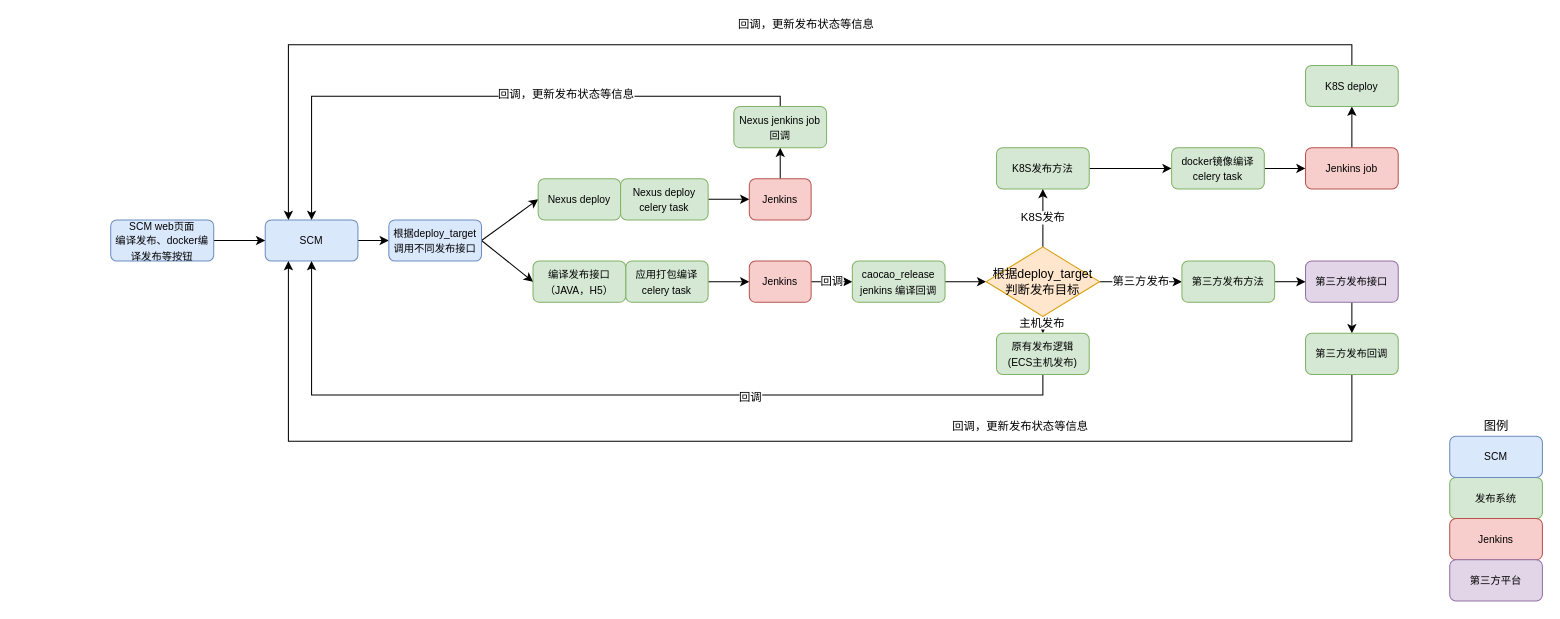
This is 曹操/SCM多发布目标流程设计.drawio from Makecodeeasy/diagrams, a draw.io file, before an edit. Source tidied: cells renumbered, new cells numbered last; positions are measured from the earlier drawing's top-left corner, leaving out a move shared by most shapes. Both pictures are drawn from the tidied source at 103%, with x=0, y=0 at pixel (110, 44).
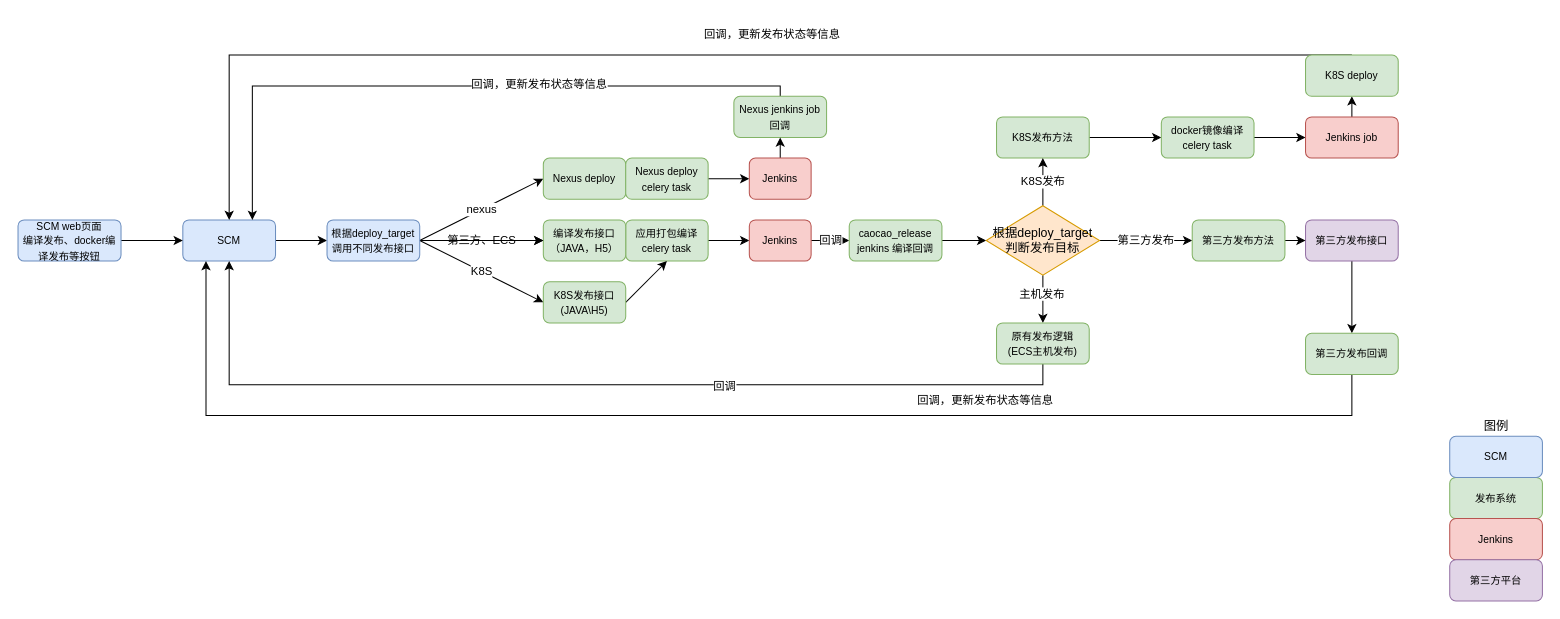
The same page after the edit.

Commit message:
Update SCM多发布目标流程设计.drawio

Unchanged cells that the change refers to:
```xml
<mxCell id="38" value="&lt;span style=&quot;font-size: 10px&quot;&gt;第三方发布回调&lt;br&gt;&lt;/span&gt;" style="rounded=1;whiteSpace=wrap;html=1;fillColor=#d5e8d4;strokeColor=#82b366;" parent="1" vertex="1">
  <mxGeometry x="1160" y="280" width="90" height="40" as="geometry" />
</mxCell>
```

Change to the diagram source:
```diff
@@
     <mxCell id="3" value="&lt;font style=&quot;font-size: 10px&quot;&gt;SCM&lt;br&gt;&lt;/font&gt;" style="rounded=1;whiteSpace=wrap;html=1;fillColor=#dae8fc;strokeColor=#6c8ebf;" parent="1" vertex="1">
-      <mxGeometry x="150" y="170" width="90" height="40" as="geometry" />
+      <mxGeometry x="70" y="170" width="90" height="40" as="geometry" />
     </mxCell>
@@
     <mxCell id="5" value="&lt;span style=&quot;font-size: 10px&quot;&gt;K8S发布方法&lt;br&gt;&lt;/span&gt;" style="rounded=1;whiteSpace=wrap;html=1;fillColor=#d5e8d4;strokeColor=#82b366;" parent="1" vertex="1">
-      <mxGeometry x="860" y="100" width="90" height="40" as="geometry" />
+      <mxGeometry x="860" y="70" width="90" height="40" as="geometry" />
     </mxCell>
@@
     <mxCell id="7" value="&lt;span style=&quot;font-size: 10px&quot;&gt;应用打包编译&lt;br&gt;celery task&lt;/span&gt;" style="rounded=1;whiteSpace=wrap;html=1;fillColor=#d5e8d4;strokeColor=#82b366;" parent="1" vertex="1">
-      <mxGeometry x="500" y="210" width="80" height="40" as="geometry" />
+      <mxGeometry x="500" y="170" width="80" height="40" as="geometry" />
     </mxCell>
@@
     <mxCell id="9" value="&lt;span style=&quot;font-size: 10px&quot;&gt;Jenkins&lt;br&gt;&lt;/span&gt;" style="rounded=1;whiteSpace=wrap;html=1;fillColor=#f8cecc;strokeColor=#b85450;" parent="1" vertex="1">
-      <mxGeometry x="620" y="210" width="60" height="40" as="geometry" />
+      <mxGeometry x="620" y="170" width="60" height="40" as="geometry" />
     </mxCell>
     <mxCell id="10" value="&lt;font style=&quot;font-size: 10px&quot;&gt;编译发布接口（JAVA，H5）&lt;br&gt;&lt;/font&gt;" style="rounded=1;whiteSpace=wrap;html=1;fillColor=#d5e8d4;strokeColor=#82b366;" parent="1" vertex="1">
-      <mxGeometry x="410" y="210" width="90" height="40" as="geometry" />
+      <mxGeometry x="420" y="170" width="80" height="40" as="geometry" />
     </mxCell>
@@
     <mxCell id="12" value="&lt;font style=&quot;font-size: 10px&quot;&gt;caocao_release&lt;br&gt;jenkins 编译回调&lt;br&gt;&lt;/font&gt;" style="rounded=1;whiteSpace=wrap;html=1;fillColor=#d5e8d4;strokeColor=#82b366;" parent="1" vertex="1">
-      <mxGeometry x="720" y="210" width="90" height="40" as="geometry" />
+      <mxGeometry x="717" y="170" width="90" height="40" as="geometry" />
     </mxCell>
@@
-    <mxCell id="17" style="edgeStyle=none;rounded=0;jettySize=auto;html=1;exitX=1;exitY=1;exitDx=0;exitDy=0;" parent="1" edge="1" source="18">
-      <mxGeometry relative="1" as="geometry">
-        <mxPoint x="932.5" y="230" as="targetPoint" />
-      </mxGeometry>
-    </mxCell>
     <mxCell id="18" value="根据deploy_target&lt;br&gt;判断发布目标" style="rhombus;whiteSpace=wrap;html=1;fillColor=#ffe6cc;strokeColor=#d79b00;" parent="1" vertex="1">
-      <mxGeometry x="850" y="196.2" width="110" height="67.5" as="geometry" />
+      <mxGeometry x="850" y="156.2" width="110" height="67.5" as="geometry" />
     </mxCell>
     <mxCell id="19" style="edgeStyle=orthogonalEdgeStyle;rounded=0;jettySize=auto;html=1;exitX=0.5;exitY=1;exitDx=0;exitDy=0;entryX=0.5;entryY=1;entryDx=0;entryDy=0;" parent="1" edge="1" source="21" target="3">
-      <mxGeometry relative="1" as="geometry" />
+      <mxGeometry relative="1" as="geometry">
+        <Array as="points">
+          <mxPoint x="905" y="330" />
+          <mxPoint x="115" y="330" />
+        </Array>
+      </mxGeometry>
     </mxCell>
@@
     <mxCell id="21" value="&lt;font style=&quot;font-size: 10px&quot;&gt;原有发布逻辑&lt;br&gt;(ECS主机发布)&lt;br&gt;&lt;/font&gt;" style="rounded=1;whiteSpace=wrap;html=1;fillColor=#d5e8d4;strokeColor=#82b366;" parent="1" vertex="1">
-      <mxGeometry x="860" y="280" width="90" height="40" as="geometry" />
+      <mxGeometry x="860" y="270" width="90" height="40" as="geometry" />
     </mxCell>
@@
     <mxCell id="23" value="&lt;span style=&quot;font-size: 10px&quot;&gt;第三方发布接口&lt;/span&gt;" style="rounded=1;whiteSpace=wrap;html=1;fillColor=#e1d5e7;strokeColor=#9673a6;" parent="1" vertex="1">
-      <mxGeometry x="1160" y="210" width="90" height="40" as="geometry" />
+      <mxGeometry x="1160" y="170" width="90" height="40" as="geometry" />
     </mxCell>
@@
     <mxCell id="25" value="&lt;font style=&quot;font-size: 10px&quot;&gt;SCM web页面&lt;br&gt;编译发布、docker编译发布等按钮&lt;br&gt;&lt;/font&gt;" style="rounded=1;whiteSpace=wrap;html=1;fillColor=#dae8fc;strokeColor=#6c8ebf;" parent="1" vertex="1">
-      <mxGeometry y="170" width="100" height="40" as="geometry" />
+      <mxGeometry x="-90" y="170" width="100" height="40" as="geometry" />
     </mxCell>
@@
     <mxCell id="27" value="&lt;span style=&quot;font-size: 10px&quot;&gt;第三方发布方法&lt;br&gt;&lt;/span&gt;" style="rounded=1;whiteSpace=wrap;html=1;fillColor=#d5e8d4;strokeColor=#82b366;" parent="1" vertex="1">
-      <mxGeometry x="1040" y="210" width="90" height="40" as="geometry" />
+      <mxGeometry x="1050" y="170" width="90" height="40" as="geometry" />
     </mxCell>
-    <mxCell id="28" style="edgeStyle=orthogonalEdgeStyle;rounded=0;jettySize=auto;html=1;exitX=0.5;exitY=0;exitDx=0;exitDy=0;entryX=0.5;entryY=0;entryDx=0;entryDy=0;" parent="1" edge="1" source="30" target="3">
+    <mxCell id="28" style="edgeStyle=orthogonalEdgeStyle;rounded=0;jettySize=auto;html=1;exitX=0.5;exitY=0;exitDx=0;exitDy=0;entryX=0.75;entryY=0;entryDx=0;entryDy=0;" parent="1" edge="1" source="30" target="3">
       <mxGeometry relative="1" as="geometry">
         <Array as="points">
-          <mxPoint x="650" y="50" />
-          <mxPoint x="195" y="50" />
+          <mxPoint x="650" y="40" />
+          <mxPoint x="138" y="40" />
         </Array>
       </mxGeometry>
     </mxCell>
@@
     <mxCell id="30" value="&lt;span style=&quot;font-size: 10px&quot;&gt;Nexus jenkins job回调&lt;br&gt;&lt;/span&gt;" style="rounded=1;whiteSpace=wrap;html=1;fillColor=#d5e8d4;strokeColor=#82b366;" parent="1" vertex="1">
-      <mxGeometry x="605" y="60" width="90" height="40" as="geometry" />
+      <mxGeometry x="605" y="50" width="90" height="40" as="geometry" />
     </mxCell>
@@
     <mxCell id="32" value="&lt;span style=&quot;font-size: 10px&quot;&gt;docker镜像编译&lt;br&gt;celery task&lt;br&gt;&lt;/span&gt;" style="rounded=1;whiteSpace=wrap;html=1;fillColor=#d5e8d4;strokeColor=#82b366;" parent="1" vertex="1">
-      <mxGeometry x="1030" y="100" width="90" height="40" as="geometry" />
+      <mxGeometry x="1020" y="70" width="90" height="40" as="geometry" />
     </mxCell>
@@
     <mxCell id="34" value="&lt;span style=&quot;font-size: 10px&quot;&gt;Jenkins job&lt;br&gt;&lt;/span&gt;" style="rounded=1;whiteSpace=wrap;html=1;fillColor=#f8cecc;strokeColor=#b85450;" parent="1" vertex="1">
-      <mxGeometry x="1160" y="100" width="90" height="40" as="geometry" />
+      <mxGeometry x="1160" y="70" width="90" height="40" as="geometry" />
     </mxCell>
-    <mxCell id="35" value="回调，更新发布状态等信息" style="edgeStyle=orthogonalEdgeStyle;rounded=0;jettySize=auto;html=1;exitX=0.5;exitY=0;exitDx=0;exitDy=0;entryX=0.25;entryY=0;entryDx=0;entryDy=0;" parent="1" edge="1" source="36" target="3">
+    <mxCell id="35" value="回调，更新发布状态等信息" style="edgeStyle=orthogonalEdgeStyle;rounded=0;jettySize=auto;html=1;exitX=0.5;exitY=0;exitDx=0;exitDy=0;entryX=0.5;entryY=0;entryDx=0;entryDy=0;" parent="1" edge="1" source="36" target="3">
       <mxGeometry x="-0.1" y="-20" relative="1" as="geometry">
         <Array as="points">
-          <mxPoint x="1205" />
-          <mxPoint x="172" />
+          <mxPoint x="115" y="10" />
         </Array>
       </mxGeometry>
     </mxCell>
     <mxCell id="36" value="&lt;span style=&quot;font-size: 10px&quot;&gt;K8S deploy&lt;br&gt;&lt;/span&gt;" style="rounded=1;whiteSpace=wrap;html=1;fillColor=#d5e8d4;strokeColor=#82b366;" parent="1" vertex="1">
-      <mxGeometry x="1160" y="20" width="90" height="40" as="geometry" />
+      <mxGeometry x="1160" y="10" width="90" height="40" as="geometry" />
     </mxCell>
     <mxCell id="37" value="回调，更新发布状态等信息" style="edgeStyle=orthogonalEdgeStyle;rounded=0;jettySize=auto;html=1;exitX=0.5;exitY=1;exitDx=0;exitDy=0;entryX=0.25;entryY=1;entryDx=0;entryDy=0;" parent="1" edge="1" source="38" target="3">
       <mxGeometry x="-0.39" y="-15" relative="1" as="geometry">
         <Array as="points">
-          <mxPoint x="172" y="385" />
+          <mxPoint x="1205" y="360" />
+          <mxPoint x="93" y="360" />
         </Array>
         <mxPoint x="1" as="offset" />
       </mxGeometry>
     </mxCell>
@@
-    <mxCell id="43" style="edgeStyle=none;rounded=0;jettySize=auto;html=1;exitX=1;exitY=0.5;exitDx=0;exitDy=0;entryX=0;entryY=0.5;entryDx=0;entryDy=0;" parent="1" edge="1" source="45" target="46">
+    <mxCell id="43" value="nexus" style="edgeStyle=none;rounded=0;jettySize=auto;html=1;exitX=1;exitY=0.5;exitDx=0;exitDy=0;entryX=0;entryY=0.5;entryDx=0;entryDy=0;" parent="1" edge="1" source="45" target="46">
       <mxGeometry relative="1" as="geometry" />
     </mxCell>
-    <mxCell id="44" style="edgeStyle=none;rounded=0;jettySize=auto;html=1;exitX=1;exitY=0.5;exitDx=0;exitDy=0;entryX=0;entryY=0.5;entryDx=0;entryDy=0;" parent="1" edge="1" source="45" target="10">
-      <mxGeometry relative="1" as="geometry" />
+    <mxCell id="44" value="第三方、ECS" style="edgeStyle=none;rounded=0;jettySize=auto;html=1;exitX=1;exitY=0.5;exitDx=0;exitDy=0;entryX=0;entryY=0.5;entryDx=0;entryDy=0;" parent="1" edge="1" source="45" target="10">
+      <mxGeometry relative="1" as="geometry">
+        <Array as="points">
+          <mxPoint x="400" y="190" />
+        </Array>
+      </mxGeometry>
     </mxCell>
+    <mxCell id="53" value="K8S" style="rounded=0;jettySize=auto;html=1;exitX=1;exitY=0.5;exitDx=0;exitDy=0;entryX=0;entryY=0.5;entryDx=0;entryDy=0;" parent="1" edge="1" source="45" target="56">
+      <mxGeometry relative="1" as="geometry" />
+    </mxCell>
+    <mxCell id="54" style="edgeStyle=none;rounded=0;jettySize=auto;html=1;" parent="1" edge="1" source="45" target="10">
+      <mxGeometry relative="1" as="geometry" />
+    </mxCell>
     <mxCell id="45" value="&lt;font style=&quot;font-size: 10px&quot;&gt;根据deploy_target调用不同发布接口&lt;br&gt;&lt;/font&gt;" style="rounded=1;whiteSpace=wrap;html=1;fillColor=#dae8fc;strokeColor=#6c8ebf;" parent="1" vertex="1">
-      <mxGeometry x="270" y="170" width="90" height="40" as="geometry" />
+      <mxGeometry x="210" y="170" width="90" height="40" as="geometry" />
     </mxCell>
     <mxCell id="46" value="&lt;font style=&quot;font-size: 10px&quot;&gt;Nexus deploy&lt;br&gt;&lt;/font&gt;" style="rounded=1;whiteSpace=wrap;html=1;fillColor=#d5e8d4;strokeColor=#82b366;" parent="1" vertex="1">
-      <mxGeometry x="415" y="130" width="80" height="40" as="geometry" />
+      <mxGeometry x="420" y="110" width="80" height="40" as="geometry" />
     </mxCell>
@@
     <mxCell id="48" value="&lt;span style=&quot;font-size: 10px&quot;&gt;Nexus deploy&lt;br&gt;celery task&lt;/span&gt;" style="rounded=1;whiteSpace=wrap;html=1;fillColor=#d5e8d4;strokeColor=#82b366;" parent="1" vertex="1">
-      <mxGeometry x="495" y="130" width="85" height="40" as="geometry" />
+      <mxGeometry x="500" y="110" width="80" height="40" as="geometry" />
     </mxCell>
@@
     <mxCell id="51" value="&lt;span style=&quot;font-size: 10px&quot;&gt;Jenkins&lt;br&gt;&lt;/span&gt;" style="rounded=1;whiteSpace=wrap;html=1;fillColor=#f8cecc;strokeColor=#b85450;" parent="1" vertex="1">
-      <mxGeometry x="620" y="130" width="60" height="40" as="geometry" />
+      <mxGeometry x="620" y="110" width="60" height="40" as="geometry" />
     </mxCell>
@@
+    <mxCell id="55" style="edgeStyle=none;rounded=0;jettySize=auto;html=1;exitX=1;exitY=0.5;exitDx=0;exitDy=0;entryX=0.5;entryY=1;entryDx=0;entryDy=0;" parent="1" edge="1" source="56" target="7">
+      <mxGeometry relative="1" as="geometry" />
+    </mxCell>
+    <mxCell id="56" value="&lt;font style=&quot;font-size: 10px&quot;&gt;K8S发布接口&lt;br&gt;(JAVA\H5)&lt;br&gt;&lt;/font&gt;" style="rounded=1;whiteSpace=wrap;html=1;fillColor=#d5e8d4;strokeColor=#82b366;" parent="1" vertex="1">
+      <mxGeometry x="420" y="230" width="80" height="40" as="geometry" />
+    </mxCell>
```
